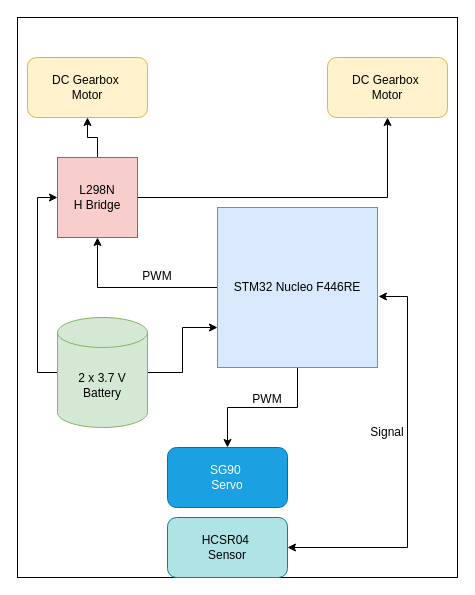
This is page "System" (3 of 3) of Architecture/architecture.drawio from bogdancupsa/MobileRobotPlatform, a draw.io file, before an edit. Source tidied: cells renumbered, new cells numbered last; positions are measured from the earlier drawing's top-left corner, leaving out a move shared by most shapes. Both pictures are drawn from the tidied source at 100%, with x=0, y=0 at pixel (17, 17).
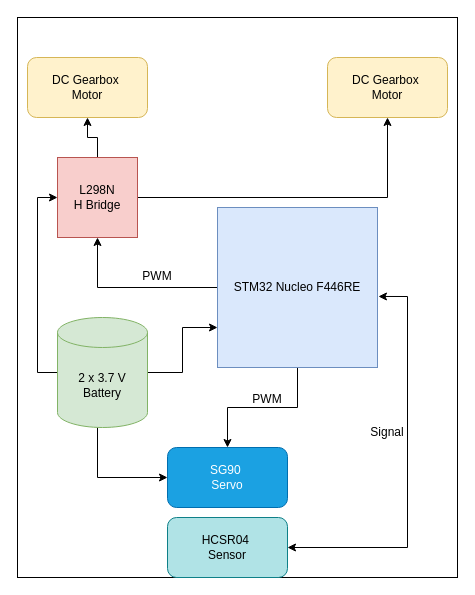
After the change.

The change refers to these unchanged cells:
```xml
<mxCell id="3" value="SG90&amp;nbsp;&lt;div&gt;Servo&lt;/div&gt;" style="rounded=1;whiteSpace=wrap;html=1;fillColor=#1ba1e2;strokeColor=#006EAF;fontColor=#ffffff;" parent="1" vertex="1">
  <mxGeometry x="150" y="430" width="120" height="60" as="geometry" />
</mxCell>
<mxCell id="15" value="2 x 3.7 V Battery" style="shape=cylinder3;whiteSpace=wrap;html=1;boundedLbl=1;backgroundOutline=1;size=15;fillColor=#d5e8d4;strokeColor=#82b366;" parent="1" vertex="1">
  <mxGeometry x="40" y="300" width="90" height="110" as="geometry" />
</mxCell>
```

Change to the diagram source:
```diff
@@
+    <mxCell id="20" style="edgeStyle=orthogonalEdgeStyle;rounded=0;jettySize=auto;html=1;entryX=0;entryY=0.5;entryDx=0;entryDy=0;" parent="1" edge="1" source="15" target="3">
+      <mxGeometry relative="1" as="geometry">
+        <Array as="points">
+          <mxPoint x="80" y="460" />
+        </Array>
+      </mxGeometry>
+    </mxCell>
```
